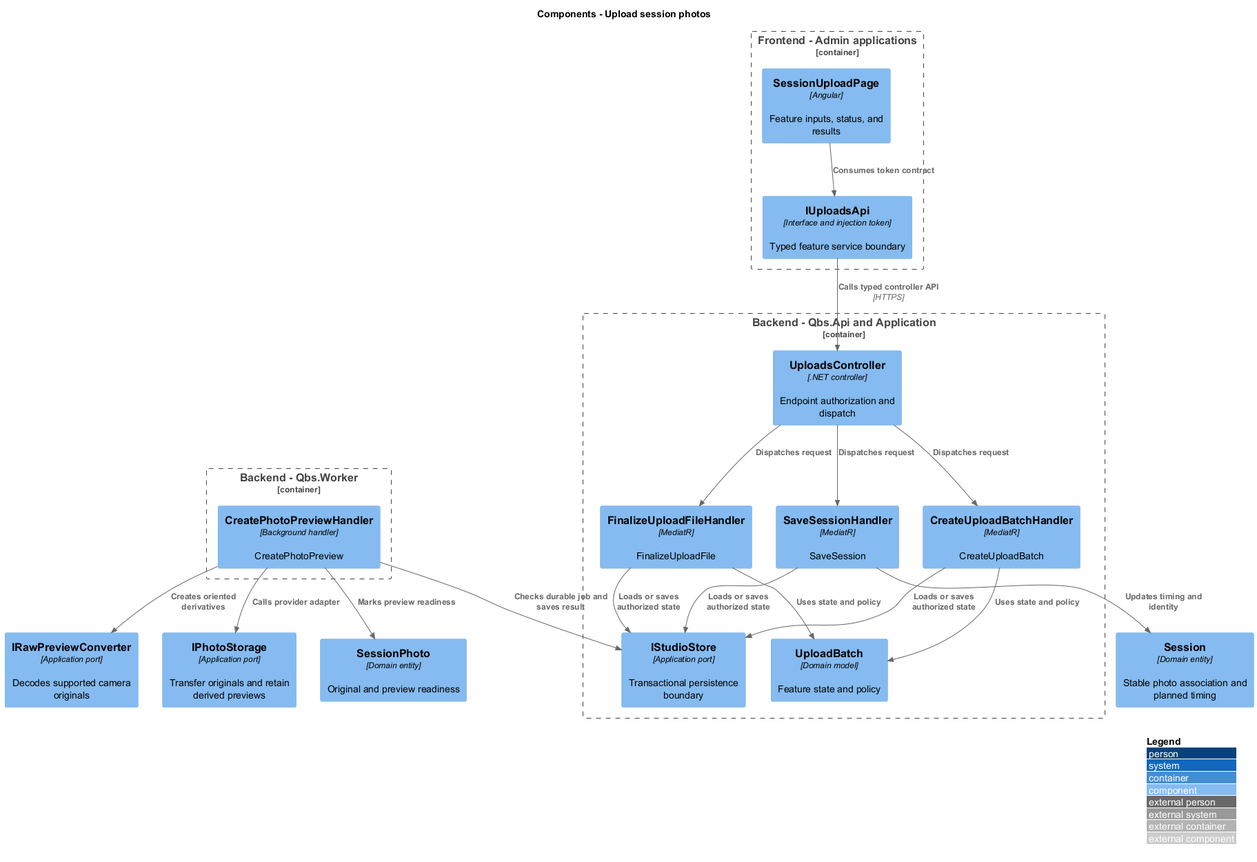
Before: docs/detailed-designs/session-photos/upload-session-photos/diagrams/c4-component.png, a diagram exported from PlantUML (QuinntyneBrown/quinntyne-brown-studio). The source it was exported from:
```plantuml
@startuml
!include <C4/C4_Component>
LAYOUT_WITH_LEGEND()
title Components - Upload session photos
Container_Boundary(frontend, "Frontend - Admin applications") {
 Component(page, "SessionUploadPage", "Angular", "Feature inputs, status, and results")
 Component(client, "IUploadsApi", "Interface and injection token", "Typed feature service boundary")
}
Container_Boundary(api, "Backend - Qbs.Api and Application") {
 Component(ctrl, "UploadsController", ".NET controller", "Endpoint authorization and dispatch")
 Component(handler0, "SaveSessionHandler", "MediatR", "SaveSession")
 Component(handler1, "CreateUploadBatchHandler", "MediatR", "CreateUploadBatch")
 Component(handler2, "FinalizeUploadFileHandler", "MediatR", "FinalizeUploadFile")
 Component(entity, "UploadBatch", "Domain model", "Feature state and policy")
 Component(store, "IStudioStore", "Application port", "Transactional persistence boundary")
}
Container_Boundary(worker, "Backend - Qbs.Worker") {
 Component(job0, "CreatePhotoPreviewHandler", "Background handler", "CreatePhotoPreview")
}
Rel(page, client, "Consumes token contract")
Rel(client, ctrl, "Calls typed controller API", "HTTPS")
Rel(ctrl, handler0, "Dispatches request")
Component(session, "Session", "Domain entity", "Stable photo association and planned timing")
Rel(handler0, session, "Updates timing and identity")
Rel(handler0, store, "Loads or saves authorized state")
Rel(ctrl, handler1, "Dispatches request")
Rel(handler1, entity, "Uses state and policy")
Rel(handler1, store, "Loads or saves authorized state")
Rel(ctrl, handler2, "Dispatches request")
Rel(handler2, entity, "Uses state and policy")
Rel(handler2, store, "Loads or saves authorized state")
Component(photo, "SessionPhoto", "Domain entity", "Original and preview readiness")
Component(converter, "IRawPreviewConverter", "Application port", "Decodes supported camera originals")
Rel(job0, photo, "Marks preview readiness")
Rel(job0, converter, "Creates oriented derivatives")
Rel(job0, store, "Checks durable job and saves result")
Component(ext, "IPhotoStorage", "Application port", "Transfer originals and retain derived previews")
Rel(job0, ext, "Calls provider adapter")
@enduml
```
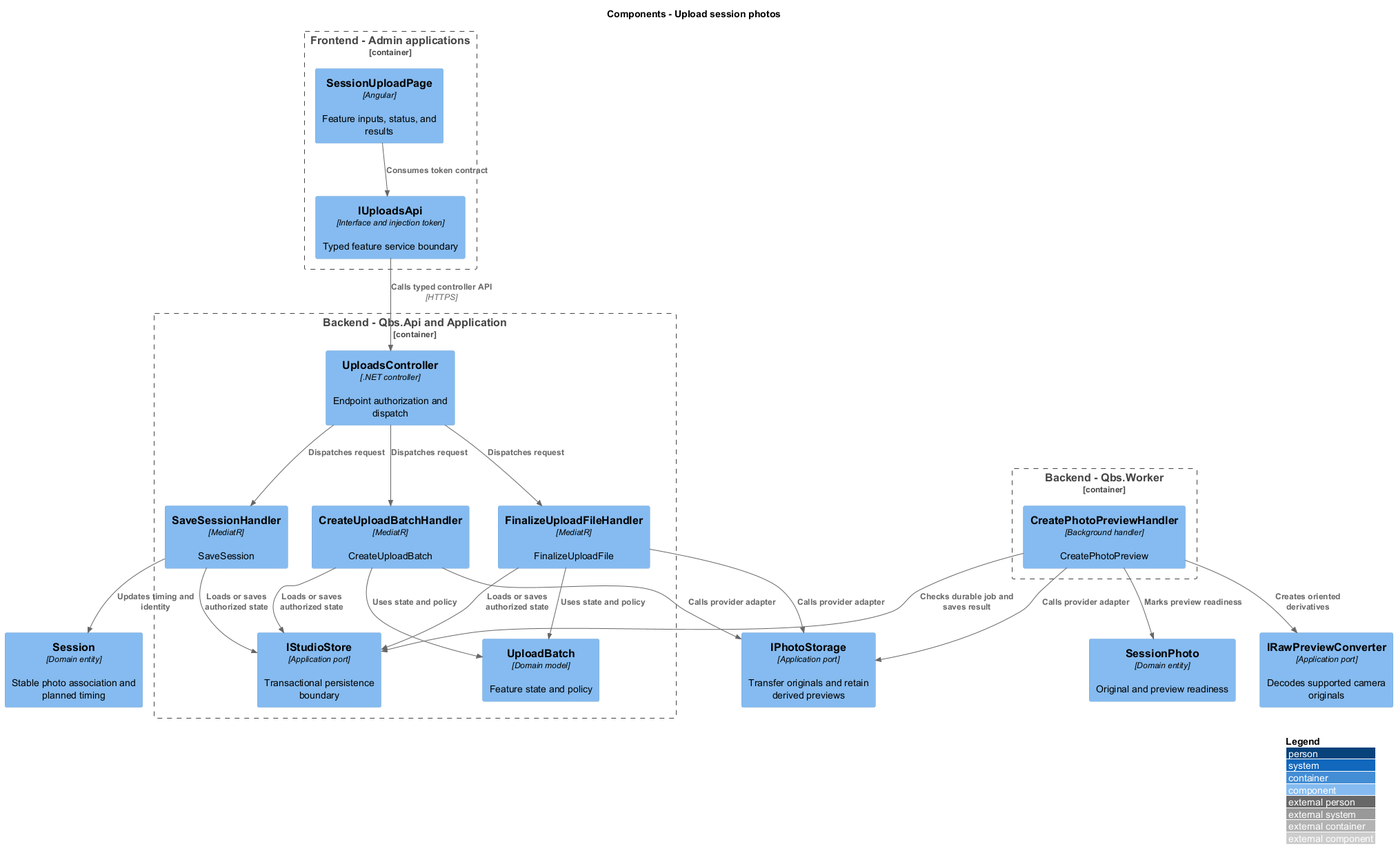
After the commit.

Diff of the diagram source:
```diff
@@ -36,4 +36,6 @@
 Rel(job0, store, "Checks durable job and saves result")
 Component(ext, "IPhotoStorage", "Application port", "Transfer originals and retain derived previews")
 Rel(job0, ext, "Calls provider adapter")
+Rel(handler1, ext, "Calls provider adapter")
+Rel(handler2, ext, "Calls provider adapter")
 @enduml
```
